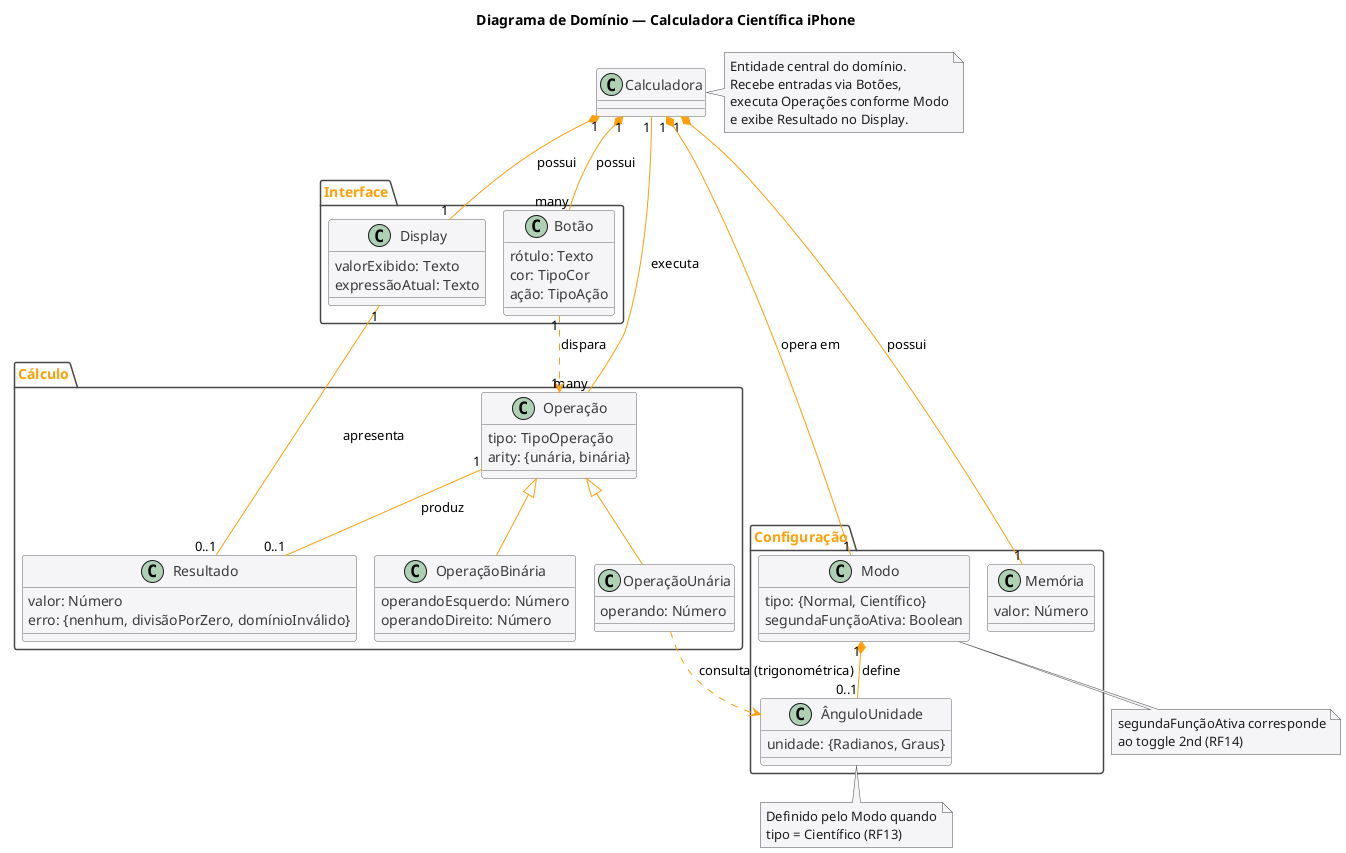
Earlier version of the PlantUML export docs/domain.png (mateusalgado/IFSC_PROGOO_PROJECT).
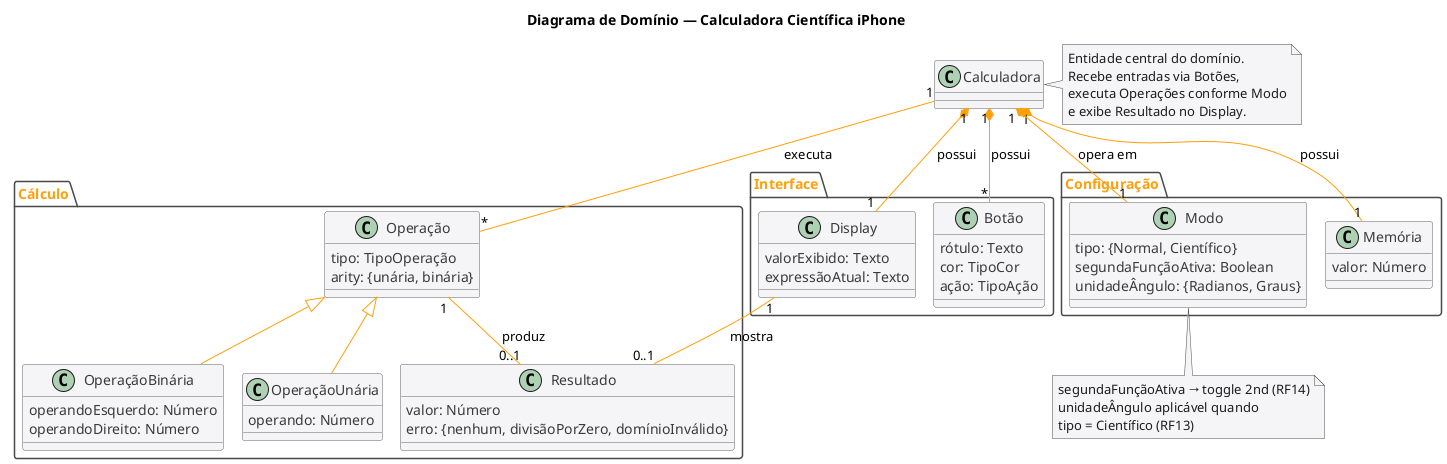
The same file after the commit.

Commit message:
Refina análise: casos de uso com fluxos número→operação e diagramas atualizados.

Change to the diagram source:
```diff
@@ -56,10 +56,7 @@
     class Modo {
         tipo: {Normal, Científico}
         segundaFunçãoAtiva: Boolean
-    }
-
-    class ÂnguloUnidade {
-        unidade: {Radianos, Graus}
+        unidadeÂngulo: {Radianos, Graus}
     }
 
     class Memória {
@@ -73,15 +70,11 @@
 Calculadora "1" *-- "1" Display : possui
 Calculadora "1" *-- "1" Memória : possui
 Calculadora "1" *-- "1" Modo : opera em
-Calculadora "1" *-- "many" Botão : possui
-Calculadora "1" -- "many" Operação : executa
-
-Modo "1" *-- "0..1" ÂnguloUnidade : define
+Calculadora "1" *-- "*" Botão : possui
+Calculadora "1" -- "*" Operação : executa
 
 Operação "1" -- "0..1" Resultado : produz
-Display "1" -- "0..1" Resultado : apresenta
-Botão "1" ..> "1" Operação : dispara
-OperaçãoUnária ..> ÂnguloUnidade : consulta (trigonométrica)
+Display "1" -- "0..1" Resultado : mostra
 
 note right of Calculadora
   Entidade central do domínio.
@@ -91,12 +84,8 @@
 end note
 
 note bottom of Modo
-  segundaFunçãoAtiva corresponde
-  ao toggle 2nd (RF14)
-end note
-
-note bottom of ÂnguloUnidade
-  Definido pelo Modo quando
+  segundaFunçãoAtiva → toggle 2nd (RF14)
+  unidadeÂngulo aplicável quando
   tipo = Científico (RF13)
 end note
 
```
